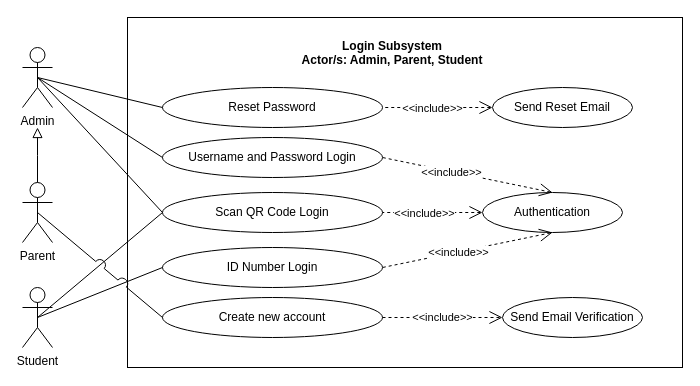
This is page "LOG IN" (2 of 7) of REVISIONS/UML-DIAGRAMS/6-9-2021/USE CASE/use case.drawio from mrklglsn/CAPSTONE-FILES, a draw.io file, before an edit. Source tidied: cells renumbered, new cells numbered last; positions are measured from the earlier drawing's top-left corner, leaving out a move shared by most shapes. Both pictures are drawn from the tidied source at 100%, with x=0, y=0 at pixel (22, 17).
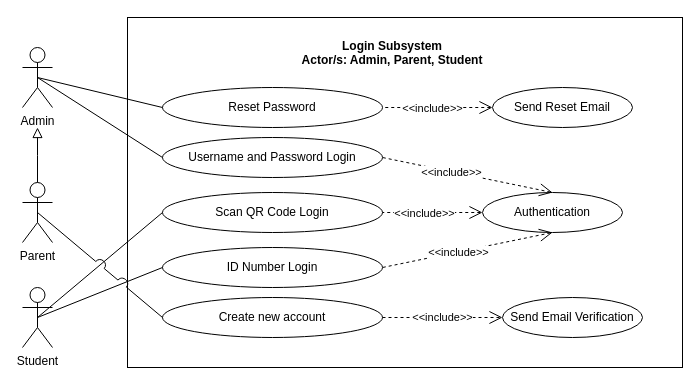
Above is the later version.

The change refers to these unchanged cells:
```xml
<mxCell id="6" value="Admin" style="shape=umlActor;verticalLabelPosition=bottom;verticalAlign=top;html=1;fillColor=none;" parent="1" vertex="1">
  <mxGeometry y="30" width="30" height="60" as="geometry" />
</mxCell>
<mxCell id="15" value="Scan QR Code Login" style="ellipse;whiteSpace=wrap;html=1;fillColor=none;" parent="1" vertex="1">
  <mxGeometry x="140" y="175" width="220" height="40" as="geometry" />
</mxCell>
```

Change to the diagram source:
```diff
@@
-    <mxCell id="4" style="edgeStyle=none;rounded=0;jumpStyle=arc;jumpSize=14;jettySize=auto;html=1;exitX=0.5;exitY=0.5;exitDx=0;exitDy=0;exitPerimeter=0;entryX=0;entryY=0.5;entryDx=0;entryDy=0;startArrow=none;startFill=0;endArrow=none;endFill=0;startSize=11;endSize=11;" parent="1" edge="1" source="6" target="15">
-      <mxGeometry relative="1" as="geometry" />
-    </mxCell>
```
